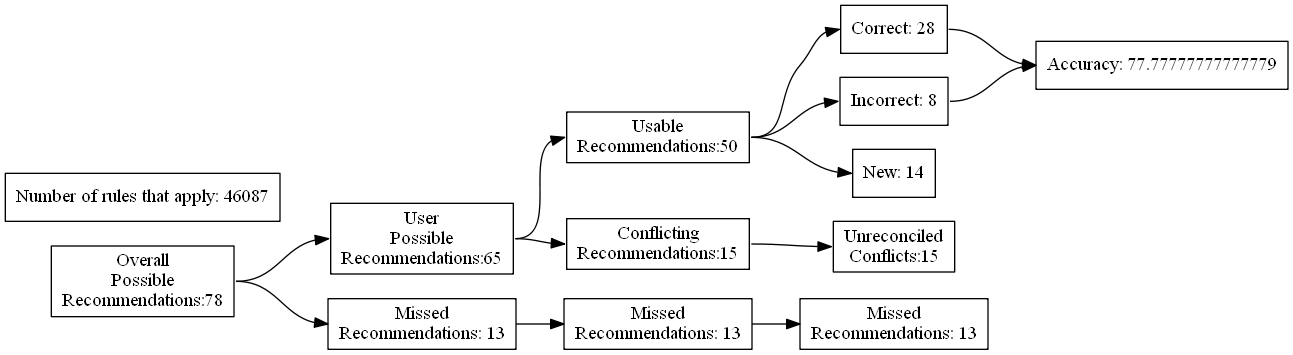
The Graphviz diagram test_renders/108.gv.png in ZaxR/ibd_diet_analysis, before a commit. Its source is kept beside it as test_renders/108.gv.
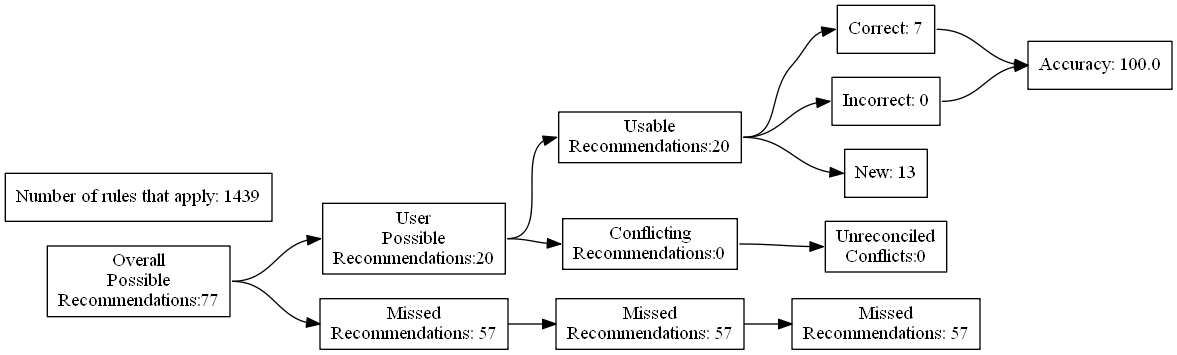
The same diagram one commit later.

The edit, as a diff of the source:
```diff
@@ -4,27 +4,27 @@
 	edge [headport=w tailport=e]
 		A [label="Overall
 Possible
-Recommendations:78"]
+Recommendations:77"]
 		B [label="User
 Possible
-Recommendations:65"]
+Recommendations:20"]
 		C [label="Missed
-Recommendations: 13"]
+Recommendations: 57"]
 		D [label="Usable
-Recommendations:50"]
+Recommendations:20"]
 		E [label="Conflicting
-Recommendations:15"]
+Recommendations:0"]
 		J [label="Missed
-Recommendations: 13"]
+Recommendations: 57"]
 		M [label="Unreconciled
-Conflicts:15"]
-		F [label="Correct: 28"]
-		G [label="Incorrect: 8"]
-		H [label="New: 14"]
+Conflicts:0"]
+		F [label="Correct: 7"]
+		G [label="Incorrect: 0"]
+		H [label="New: 13"]
 		K [label="Missed
-Recommendations: 13"]
-		I [label="Accuracy: 77.77777777777779"]
-		l [label="Number of rules that apply: 46087"]
+Recommendations: 57"]
+		I [label="Accuracy: 100.0"]
+		l [label="Number of rules that apply: 1439"]
 			A -> B
 			A -> C
 			B -> D
```
